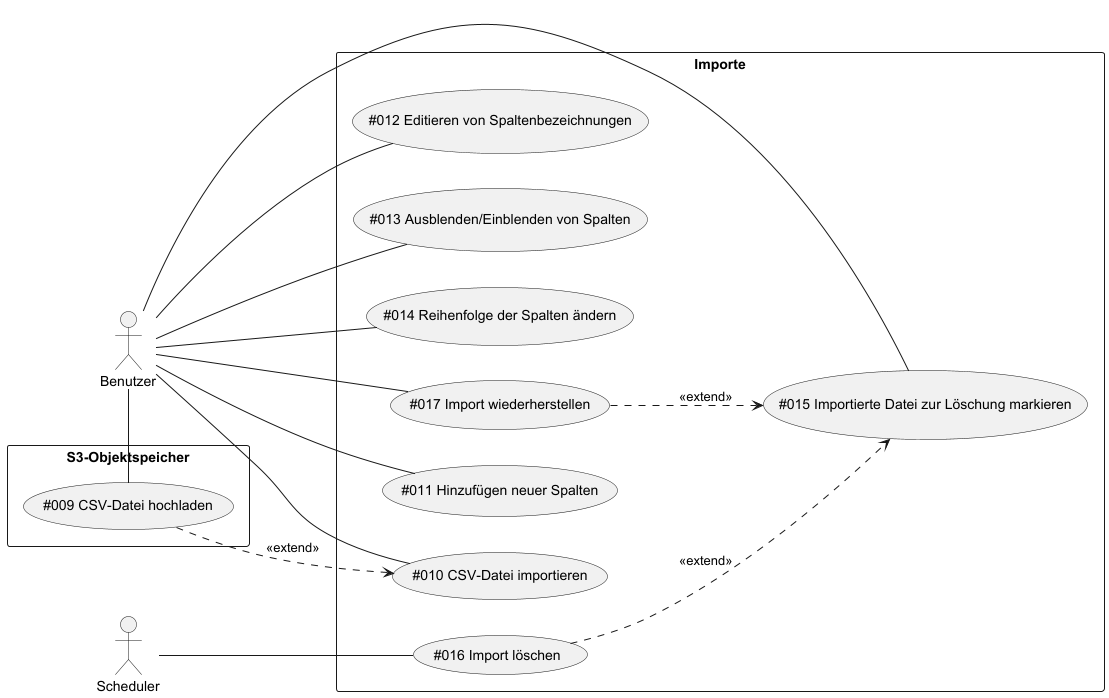
The PlantUML diagram data-integration-documentation/src/main/images/usecases/scopes.png in TuncerCatalkaya/data-integration, before a commit. Source of this version:
```plantuml
@startuml
left to right direction

actor Benutzer as Actor1
actor Scheduler as Actor2

rectangle "S3-Objektspeicher" {
    (#009 CSV-Datei hochladen) as (UC9)
}

rectangle "Importe" {
    (#012 Editieren von Spaltenbezeichnungen) as (UC12)
    (#015 Importierte Datei zur Löschung markieren) as (UC15)
    (#010 CSV-Datei importieren) as (UC10)
    (#011 Hinzufügen neuer Spalten) as (UC11)
    (#013 Ausblenden/Einblenden von Spalten) as (UC13)
    (#014 Reihenfolge der Spalten ändern) as (UC14)
    (#016 Import löschen) as (UC16)
    (#017 Import wiederherstellen) as (UC17)
}

Actor2 -- (UC16)

Actor1 - (UC9)
Actor1 - (UC10)
Actor1 - (UC11)
Actor1 - (UC12)
Actor1 - (UC13)
Actor1 - (UC14)
Actor1 - (UC15)
Actor1 - (UC17)

(UC9) ..> UC10 : <<extend>>
(UC16) ..> (UC15) : <<extend>>
(UC17) ..> UC15 : <<extend>>

@enduml
```
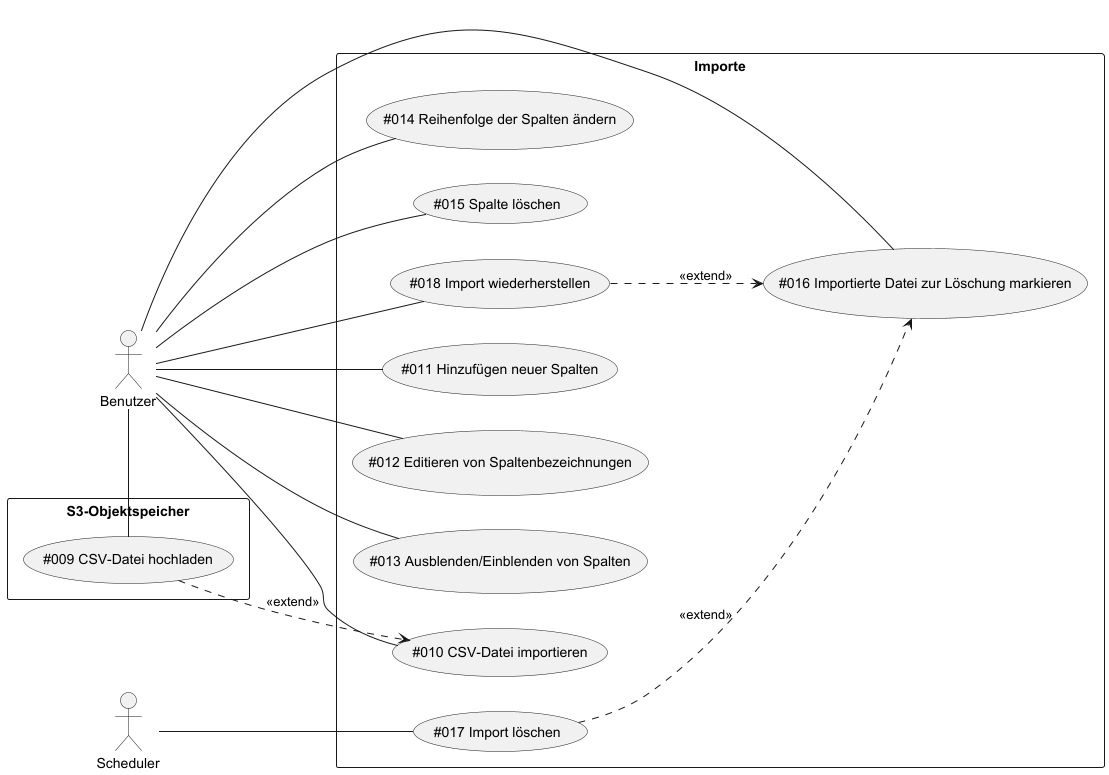
After the change.

The edit, as a diff of the source:
```diff
@@ -10,16 +10,17 @@
 
 rectangle "Importe" {
     (#012 Editieren von Spaltenbezeichnungen) as (UC12)
-    (#015 Importierte Datei zur Löschung markieren) as (UC15)
+    (#016 Importierte Datei zur Löschung markieren) as (UC16)
     (#010 CSV-Datei importieren) as (UC10)
     (#011 Hinzufügen neuer Spalten) as (UC11)
     (#013 Ausblenden/Einblenden von Spalten) as (UC13)
     (#014 Reihenfolge der Spalten ändern) as (UC14)
-    (#016 Import löschen) as (UC16)
-    (#017 Import wiederherstellen) as (UC17)
+    (#015 Spalte löschen) as (UC15)
+    (#017 Import löschen) as (UC17)
+    (#018 Import wiederherstellen) as (UC18)
 }
 
-Actor2 -- (UC16)
+Actor2 -- (UC17)
 
 Actor1 - (UC9)
 Actor1 - (UC10)
@@ -28,10 +29,11 @@
 Actor1 - (UC13)
 Actor1 - (UC14)
 Actor1 - (UC15)
-Actor1 - (UC17)
+Actor1 - (UC16)
+Actor1 - (UC18)
 
 (UC9) ..> UC10 : <<extend>>
-(UC16) ..> (UC15) : <<extend>>
-(UC17) ..> UC15 : <<extend>>
+(UC17) ..> (UC16) : <<extend>>
+(UC18) ..> UC16 : <<extend>>
 
 @enduml
```
